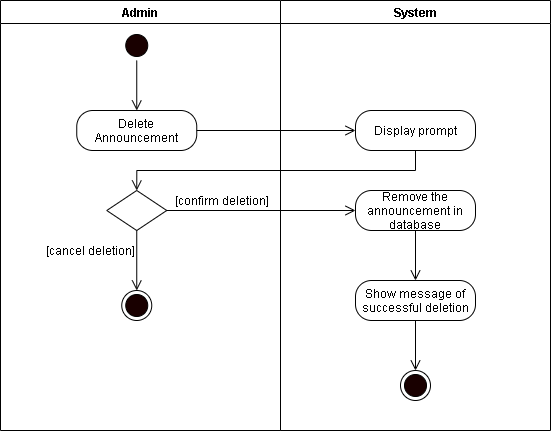
This is REVISIONS/UML-DIAGRAMS/6-9-2021/ACTIVITY DIAGRAM/23-Delete Announcement.png from mrklglsn/CAPSTONE-FILES, a draw.io export, as it was before one commit. Source tidied: cells renumbered, new cells last; positions are measured from the earlier drawing's top-left corner, leaving out a move shared by most shapes. Source of this version:
```xml
<mxGraphModel>
  <root>
    <mxCell id="0" />
    <mxCell id="1" parent="0" />
    <mxCell id="2" value="Admin" style="swimlane;startSize=23;" parent="1" vertex="1">
      <mxGeometry width="280" height="430" as="geometry" />
    </mxCell>
    <mxCell id="3" style="edgeStyle=orthogonalEdgeStyle;rounded=0;jettySize=auto;html=1;exitX=0.5;exitY=1;exitDx=0;exitDy=0;entryX=0.5;entryY=0;entryDx=0;entryDy=0;endArrow=open;endFill=0;endSize=8;" parent="2" edge="1" source="4">
      <mxGeometry relative="1" as="geometry">
        <mxPoint x="136.2" y="110" as="targetPoint" />
      </mxGeometry>
    </mxCell>
    <mxCell id="4" style="ellipse;html=1;shape=startState;fillColor=#190000;" parent="2" vertex="1">
      <mxGeometry x="121.2" y="30" width="30" height="30" as="geometry" />
    </mxCell>
    <mxCell id="5" value="Delete Announcement" style="rounded=1;whiteSpace=wrap;html=1;arcSize=40;" parent="2" vertex="1">
      <mxGeometry x="76.2" y="110" width="120" height="40" as="geometry" />
    </mxCell>
    <mxCell id="6" style="rhombus;whiteSpace=wrap;html=1;" parent="2" vertex="1">
      <mxGeometry x="106.2" y="190" width="60" height="40" as="geometry" />
    </mxCell>
    <mxCell id="7" value="[confirm deletion]" style="text;html=1;align=center;verticalAlign=middle;strokeColor=none;" parent="2" vertex="1">
      <mxGeometry x="166.2" y="190" width="110" height="20" as="geometry" />
    </mxCell>
    <mxCell id="8" value="[cancel deletion]" style="text;html=1;align=center;verticalAlign=middle;strokeColor=none;" parent="2" vertex="1">
      <mxGeometry x="40" y="240" width="100" height="20" as="geometry" />
    </mxCell>
    <mxCell id="9" style="ellipse;html=1;shape=endState;fillColor=#190000;" parent="2" vertex="1">
      <mxGeometry x="121.2" y="290" width="30" height="30" as="geometry" />
    </mxCell>
    <mxCell id="10" style="edgeStyle=orthogonalEdgeStyle;rounded=0;jettySize=auto;html=1;exitX=0.5;exitY=1;exitDx=0;exitDy=0;endArrow=open;endFill=0;endSize=8;entryX=0.5;entryY=0;entryDx=0;entryDy=0;" parent="2" edge="1" source="6" target="9">
      <mxGeometry relative="1" as="geometry" />
    </mxCell>
    <mxCell id="11" value="System" style="swimlane;" parent="1" vertex="1">
      <mxGeometry x="280" width="270" height="430" as="geometry" />
    </mxCell>
    <mxCell id="12" value="Display prompt" style="rounded=1;whiteSpace=wrap;html=1;arcSize=40;" parent="11" vertex="1">
      <mxGeometry x="75" y="110" width="120" height="40" as="geometry" />
    </mxCell>
    <mxCell id="13" value="Remove the announcement in database" style="rounded=1;whiteSpace=wrap;html=1;arcSize=40;" parent="11" vertex="1">
      <mxGeometry x="75" y="190" width="120" height="40" as="geometry" />
    </mxCell>
    <mxCell id="14" value="Show message of successful deletion" style="rounded=1;whiteSpace=wrap;html=1;arcSize=40;" parent="11" vertex="1">
      <mxGeometry x="75" y="280" width="120" height="40" as="geometry" />
    </mxCell>
    <mxCell id="15" style="ellipse;html=1;shape=endState;fillColor=#190000;" parent="11" vertex="1">
      <mxGeometry x="120" y="370" width="30" height="30" as="geometry" />
    </mxCell>
    <mxCell id="16" style="edgeStyle=orthogonalEdgeStyle;rounded=0;jettySize=auto;html=1;exitX=1;exitY=0.5;exitDx=0;exitDy=0;endArrow=open;endFill=0;endSize=8;entryX=0;entryY=0.5;entryDx=0;entryDy=0;" parent="1" edge="1" source="5" target="12">
      <mxGeometry relative="1" as="geometry" />
    </mxCell>
    <mxCell id="17" style="edgeStyle=orthogonalEdgeStyle;rounded=0;jettySize=auto;html=1;exitX=0.5;exitY=1;exitDx=0;exitDy=0;endArrow=open;endFill=0;endSize=8;entryX=0.5;entryY=0;entryDx=0;entryDy=0;" parent="1" edge="1" source="12" target="6">
      <mxGeometry relative="1" as="geometry" />
    </mxCell>
    <mxCell id="18" style="edgeStyle=orthogonalEdgeStyle;rounded=0;jettySize=auto;html=1;exitX=1;exitY=0.5;exitDx=0;exitDy=0;endArrow=open;endFill=0;endSize=8;entryX=0;entryY=0.5;entryDx=0;entryDy=0;" parent="1" edge="1" source="6" target="13">
      <mxGeometry relative="1" as="geometry" />
    </mxCell>
    <mxCell id="19" style="edgeStyle=orthogonalEdgeStyle;rounded=0;jettySize=auto;html=1;exitX=0.5;exitY=1;exitDx=0;exitDy=0;endArrow=open;endFill=0;endSize=8;" parent="1" edge="1" source="13">
      <mxGeometry relative="1" as="geometry">
        <mxPoint x="415" y="280" as="targetPoint" />
      </mxGeometry>
    </mxCell>
    <mxCell id="20" style="edgeStyle=orthogonalEdgeStyle;rounded=0;jettySize=auto;html=1;exitX=0.5;exitY=1;exitDx=0;exitDy=0;endArrow=open;endFill=0;endSize=8;" parent="1" edge="1" source="14">
      <mxGeometry relative="1" as="geometry">
        <mxPoint x="415" y="370" as="targetPoint" />
      </mxGeometry>
    </mxCell>
  </root>
</mxGraphModel>
```
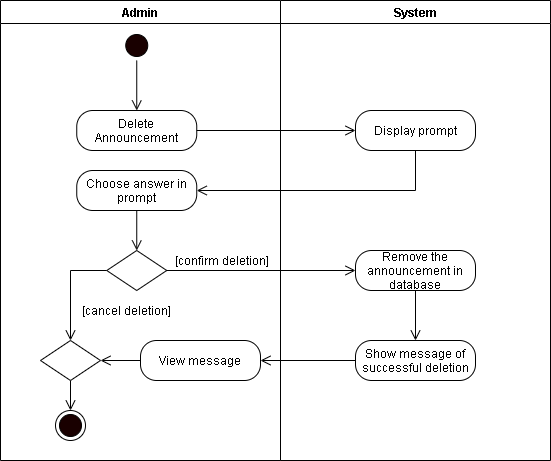
The same diagram one commit later.

What changed in the source:
```diff
@@ -3,7 +3,7 @@
     <mxCell id="0" />
     <mxCell id="1" parent="0" />
     <mxCell id="2" value="Admin" style="swimlane;startSize=23;" parent="1" vertex="1">
-      <mxGeometry width="280" height="430" as="geometry" />
+      <mxGeometry width="280" height="460" as="geometry" />
     </mxCell>
     <mxCell id="3" style="edgeStyle=orthogonalEdgeStyle;rounded=0;jettySize=auto;html=1;exitX=0.5;exitY=1;exitDx=0;exitDy=0;entryX=0.5;entryY=0;entryDx=0;entryDy=0;endArrow=open;endFill=0;endSize=8;" parent="2" edge="1" source="4">
       <mxGeometry relative="1" as="geometry">
@@ -17,53 +17,66 @@
       <mxGeometry x="76.2" y="110" width="120" height="40" as="geometry" />
     </mxCell>
     <mxCell id="6" style="rhombus;whiteSpace=wrap;html=1;" parent="2" vertex="1">
-      <mxGeometry x="106.2" y="190" width="60" height="40" as="geometry" />
+      <mxGeometry x="106.2" y="250" width="60" height="40" as="geometry" />
     </mxCell>
     <mxCell id="7" value="[confirm deletion]" style="text;html=1;align=center;verticalAlign=middle;strokeColor=none;" parent="2" vertex="1">
-      <mxGeometry x="166.2" y="190" width="110" height="20" as="geometry" />
+      <mxGeometry x="166.2" y="250" width="110" height="20" as="geometry" />
     </mxCell>
     <mxCell id="8" value="[cancel deletion]" style="text;html=1;align=center;verticalAlign=middle;strokeColor=none;" parent="2" vertex="1">
-      <mxGeometry x="40" y="240" width="100" height="20" as="geometry" />
+      <mxGeometry x="76.2" y="300" width="100" height="20" as="geometry" />
     </mxCell>
     <mxCell id="9" style="ellipse;html=1;shape=endState;fillColor=#190000;" parent="2" vertex="1">
-      <mxGeometry x="121.2" y="290" width="30" height="30" as="geometry" />
+      <mxGeometry x="55" y="410" width="30" height="30" as="geometry" />
     </mxCell>
-    <mxCell id="10" style="edgeStyle=orthogonalEdgeStyle;rounded=0;jettySize=auto;html=1;exitX=0.5;exitY=1;exitDx=0;exitDy=0;endArrow=open;endFill=0;endSize=8;entryX=0.5;entryY=0;entryDx=0;entryDy=0;" parent="2" edge="1" source="6" target="9">
+    <mxCell id="10" style="edgeStyle=orthogonalEdgeStyle;rounded=0;jettySize=auto;html=1;exitX=0;exitY=0.5;exitDx=0;exitDy=0;endArrow=open;endFill=0;endSize=8;entryX=0.5;entryY=0;entryDx=0;entryDy=0;" parent="2" edge="1" source="6" target="24">
       <mxGeometry relative="1" as="geometry" />
     </mxCell>
+    <mxCell id="21" style="edgeStyle=orthogonalEdgeStyle;rounded=0;jettySize=auto;html=1;exitX=0;exitY=0.5;exitDx=0;exitDy=0;endArrow=open;endFill=0;endSize=8;" parent="2" edge="1" source="22" target="24">
+      <mxGeometry relative="1" as="geometry" />
+    </mxCell>
+    <mxCell id="22" value="View message" style="rounded=1;whiteSpace=wrap;html=1;arcSize=40;" parent="2" vertex="1">
+      <mxGeometry x="140" y="340" width="120" height="40" as="geometry" />
+    </mxCell>
+    <mxCell id="23" style="edgeStyle=orthogonalEdgeStyle;rounded=0;jettySize=auto;html=1;exitX=0.5;exitY=1;exitDx=0;exitDy=0;endArrow=open;endFill=0;endSize=8;" parent="2" edge="1" source="24" target="9">
+      <mxGeometry relative="1" as="geometry" />
+    </mxCell>
+    <mxCell id="24" style="rhombus;whiteSpace=wrap;html=1;" parent="2" vertex="1">
+      <mxGeometry x="40" y="340" width="60" height="40" as="geometry" />
+    </mxCell>
+    <mxCell id="25" style="edgeStyle=orthogonalEdgeStyle;rounded=0;jettySize=auto;html=1;exitX=0.5;exitY=1;exitDx=0;exitDy=0;entryX=0.5;entryY=0;entryDx=0;entryDy=0;endArrow=open;endFill=0;endSize=8;" parent="2" edge="1" source="26" target="6">
+      <mxGeometry relative="1" as="geometry" />
+    </mxCell>
+    <mxCell id="26" value="Choose answer in prompt" style="rounded=1;whiteSpace=wrap;html=1;arcSize=40;" parent="2" vertex="1">
+      <mxGeometry x="76.2" y="170" width="120" height="40" as="geometry" />
+    </mxCell>
     <mxCell id="11" value="System" style="swimlane;" parent="1" vertex="1">
-      <mxGeometry x="280" width="270" height="430" as="geometry" />
+      <mxGeometry x="280" width="270" height="460" as="geometry" />
     </mxCell>
     <mxCell id="12" value="Display prompt" style="rounded=1;whiteSpace=wrap;html=1;arcSize=40;" parent="11" vertex="1">
       <mxGeometry x="75" y="110" width="120" height="40" as="geometry" />
     </mxCell>
     <mxCell id="13" value="Remove the announcement in database" style="rounded=1;whiteSpace=wrap;html=1;arcSize=40;" parent="11" vertex="1">
-      <mxGeometry x="75" y="190" width="120" height="40" as="geometry" />
+      <mxGeometry x="75" y="250" width="120" height="40" as="geometry" />
     </mxCell>
     <mxCell id="14" value="Show message of successful deletion" style="rounded=1;whiteSpace=wrap;html=1;arcSize=40;" parent="11" vertex="1">
-      <mxGeometry x="75" y="280" width="120" height="40" as="geometry" />
+      <mxGeometry x="75" y="340" width="120" height="40" as="geometry" />
     </mxCell>
-    <mxCell id="15" style="ellipse;html=1;shape=endState;fillColor=#190000;" parent="11" vertex="1">
-      <mxGeometry x="120" y="370" width="30" height="30" as="geometry" />
-    </mxCell>
     <mxCell id="16" style="edgeStyle=orthogonalEdgeStyle;rounded=0;jettySize=auto;html=1;exitX=1;exitY=0.5;exitDx=0;exitDy=0;endArrow=open;endFill=0;endSize=8;entryX=0;entryY=0.5;entryDx=0;entryDy=0;" parent="1" edge="1" source="5" target="12">
       <mxGeometry relative="1" as="geometry" />
     </mxCell>
-    <mxCell id="17" style="edgeStyle=orthogonalEdgeStyle;rounded=0;jettySize=auto;html=1;exitX=0.5;exitY=1;exitDx=0;exitDy=0;endArrow=open;endFill=0;endSize=8;entryX=0.5;entryY=0;entryDx=0;entryDy=0;" parent="1" edge="1" source="12" target="6">
-      <mxGeometry relative="1" as="geometry" />
-    </mxCell>
     <mxCell id="18" style="edgeStyle=orthogonalEdgeStyle;rounded=0;jettySize=auto;html=1;exitX=1;exitY=0.5;exitDx=0;exitDy=0;endArrow=open;endFill=0;endSize=8;entryX=0;entryY=0.5;entryDx=0;entryDy=0;" parent="1" edge="1" source="6" target="13">
       <mxGeometry relative="1" as="geometry" />
     </mxCell>
     <mxCell id="19" style="edgeStyle=orthogonalEdgeStyle;rounded=0;jettySize=auto;html=1;exitX=0.5;exitY=1;exitDx=0;exitDy=0;endArrow=open;endFill=0;endSize=8;" parent="1" edge="1" source="13">
       <mxGeometry relative="1" as="geometry">
-        <mxPoint x="415" y="280" as="targetPoint" />
+        <mxPoint x="415" y="340" as="targetPoint" />
       </mxGeometry>
     </mxCell>
-    <mxCell id="20" style="edgeStyle=orthogonalEdgeStyle;rounded=0;jettySize=auto;html=1;exitX=0.5;exitY=1;exitDx=0;exitDy=0;endArrow=open;endFill=0;endSize=8;" parent="1" edge="1" source="14">
-      <mxGeometry relative="1" as="geometry">
-        <mxPoint x="415" y="370" as="targetPoint" />
-      </mxGeometry>
-    </mxCell>
+    <mxCell id="27" style="edgeStyle=orthogonalEdgeStyle;rounded=0;jettySize=auto;html=1;exitX=0;exitY=0.5;exitDx=0;exitDy=0;entryX=1;entryY=0.5;entryDx=0;entryDy=0;endArrow=open;endFill=0;endSize=8;" parent="1" edge="1" source="14" target="22">
+      <mxGeometry relative="1" as="geometry" />
+    </mxCell>
+    <mxCell id="28" style="edgeStyle=orthogonalEdgeStyle;rounded=0;jettySize=auto;html=1;exitX=0.5;exitY=1;exitDx=0;exitDy=0;entryX=1;entryY=0.5;entryDx=0;entryDy=0;endArrow=open;endFill=0;endSize=8;" parent="1" edge="1" source="12" target="26">
+      <mxGeometry relative="1" as="geometry" />
+    </mxCell>
   </root>
 </mxGraphModel>
```
